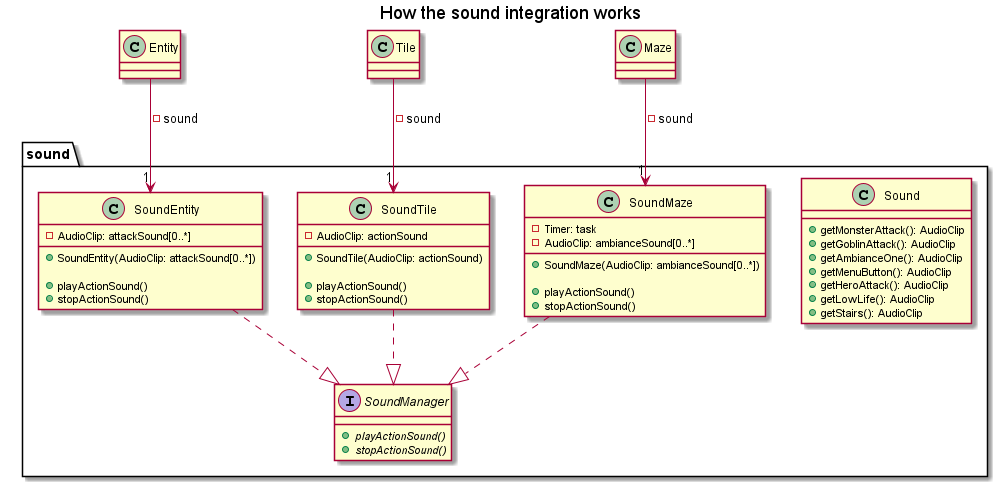
This is doc/4_sprint/diagrams/class/sound.png from Reynault/ACL_2019_Zelpop, a PlantUML export, as it was before one commit.
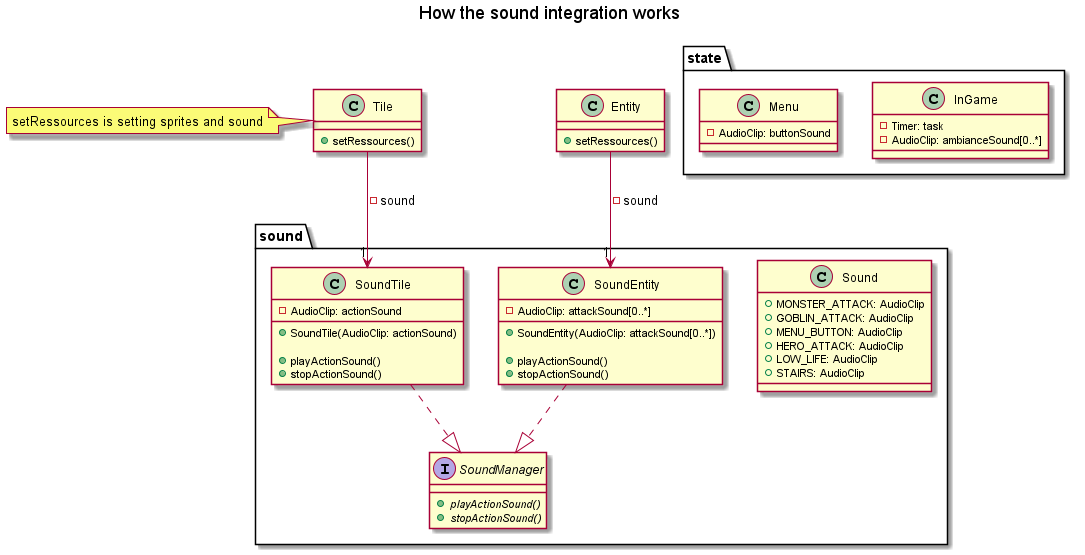
The same file after the commit.

Commit message:
Fourth sprint: modifying sound conception

The edit, as a diff of the source:
```diff
@@ -5,13 +5,12 @@
 package sound{
 
     class Sound{
-        + getMonsterAttack(): AudioClip
-        + getGoblinAttack(): AudioClip
-        + getAmbianceOne(): AudioClip
-        + getMenuButton(): AudioClip
-        + getHeroAttack(): AudioClip
-        + getLowLife(): AudioClip
-        + getStairs(): AudioClip
+        + MONSTER_ATTACK: AudioClip
+        + GOBLIN_ATTACK: AudioClip
+        + MENU_BUTTON: AudioClip
+        + HERO_ATTACK: AudioClip
+        + LOW_LIFE: AudioClip
+        + STAIRS: AudioClip
     }
 
     class SoundEntity{
@@ -32,27 +31,38 @@
         + stopActionSound()
     }
 
-    class SoundMaze{
-        - Timer: task
-        - AudioClip: ambianceSound[0..*]
-
-        + SoundMaze(AudioClip: ambianceSound[0..*])
-
-        + playActionSound()
-        + stopActionSound()
-    }
-
     interface SoundManager{
         + {abstract} playActionSound()
         + {abstract} stopActionSound()
     }
 }
+
+package state{
+
+    class InGame{
+        - Timer: task
+        - AudioClip: ambianceSound[0..*]
+    }
+
+    class Menu{
+        - AudioClip: buttonSound
+    }
+
+}
+
+class Entity{
+    + setRessources()
+}
+
+class Tile{
+    + setRessources()
+}
+note left: setRessources is setting sprites and sound
+
 Entity --> "1" SoundEntity: -sound
 Tile --> "1" SoundTile: -sound
-Maze --> "1" SoundMaze: -sound
 
 SoundEntity ..|> SoundManager
-SoundMaze ..|> SoundManager
 SoundTile ..|> SoundManager
 
 @enduml
```
